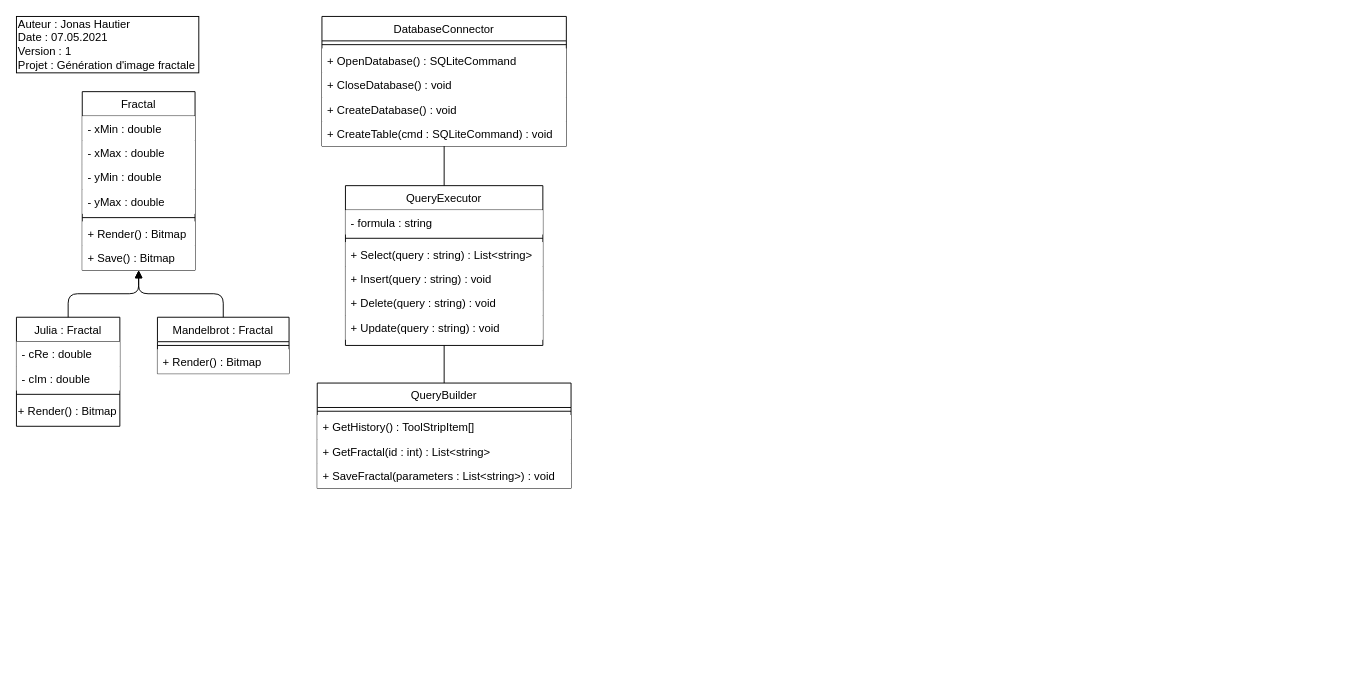
Above: Documentation/ClassDiagram.drawio in JonasHau/TPI-GenerationImageFractale (draw.io), before the change. Source tidied: cells renumbered, new cells numbered last; positions are measured from the earlier drawing's top-left corner, leaving out a move shared by most shapes. Both pictures are drawn from the tidied source at 94%, with x=0, y=0 at pixel (16, 16).
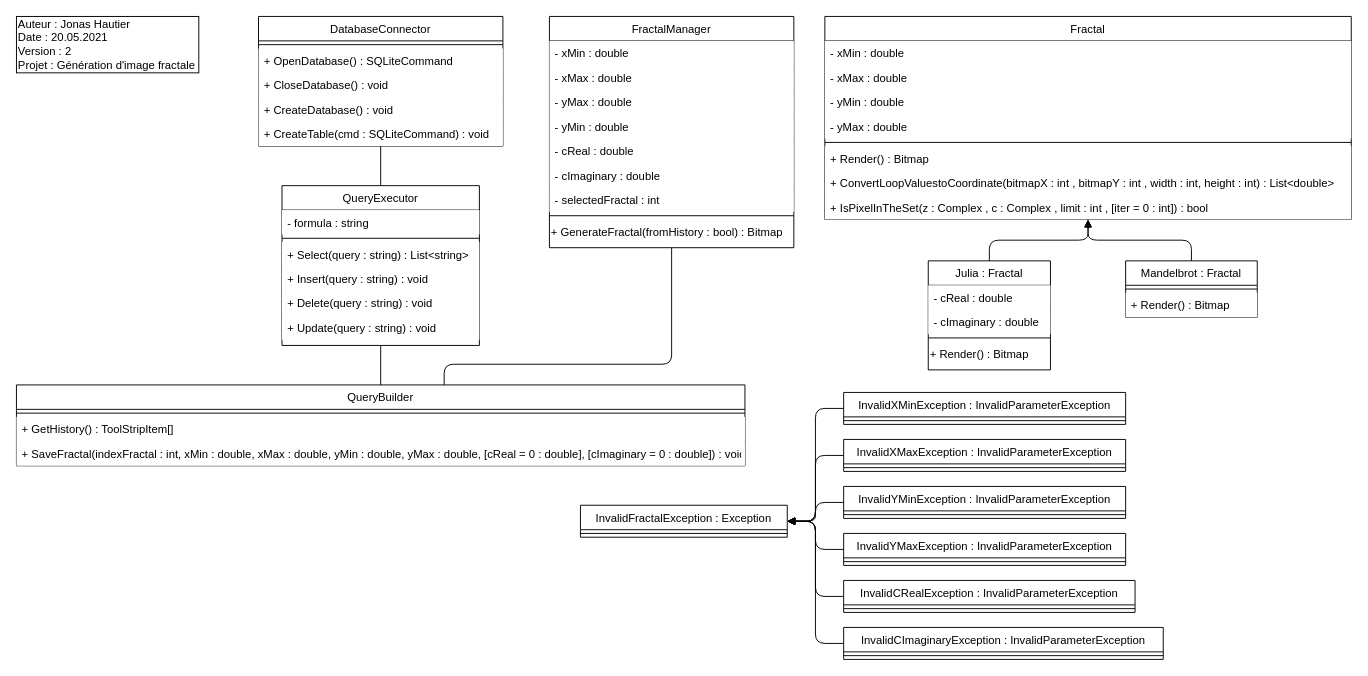
After the change.

Commit message (it also covers changes not shown here):
Diagrammes de classes et de séquence finis

The edit, as a diff of the source:
```diff
@@
     <mxCell id="2" value="DatabaseConnector" style="swimlane;fontStyle=0;align=center;verticalAlign=top;horizontal=1;startSize=26;rounded=0;shadow=0;strokeWidth=1;fillColor=#FFFFFF;swimlaneFillColor=#ffffff;" parent="1" vertex="1">
-      <mxGeometry x="325" width="260" height="138" as="geometry" />
+      <mxGeometry x="257.5" width="260" height="138" as="geometry" />
     </mxCell>
@@
-    <mxCell id="8" value="Fractal" style="swimlane;fontStyle=0;align=center;verticalAlign=top;horizontal=1;startSize=26;rounded=0;shadow=0;strokeWidth=1;fillColor=#FFFFFF;swimlaneFillColor=#ffffff;" parent="1" vertex="1">
-      <mxGeometry x="70" y="80" width="120" height="190" as="geometry" />
-    </mxCell>
-    <mxCell id="9" value="- xMin : double" style="text;align=left;verticalAlign=top;spacingLeft=4;spacingRight=4;overflow=hidden;fillColor=#FFFFFF;" parent="8" vertex="1">
-      <mxGeometry y="26" width="120" height="26" as="geometry" />
-    </mxCell>
-    <mxCell id="10" value="- xMax : double" style="text;align=left;verticalAlign=top;spacingLeft=4;spacingRight=4;overflow=hidden;fillColor=#FFFFFF;" parent="8" vertex="1">
-      <mxGeometry y="52" width="120" height="26" as="geometry" />
-    </mxCell>
-    <mxCell id="11" value="- yMin : double" style="text;align=left;verticalAlign=top;spacingLeft=4;spacingRight=4;overflow=hidden;fillColor=#FFFFFF;" parent="8" vertex="1">
-      <mxGeometry y="78" width="120" height="26" as="geometry" />
-    </mxCell>
-    <mxCell id="12" value="- yMax : double" style="text;align=left;verticalAlign=top;spacingLeft=4;spacingRight=4;overflow=hidden;fillColor=#FFFFFF;" parent="8" vertex="1">
-      <mxGeometry y="104" width="120" height="26" as="geometry" />
-    </mxCell>
-    <mxCell id="13" style="line;html=1;strokeWidth=1;align=left;verticalAlign=middle;spacingTop=-1;spacingLeft=3;spacingRight=3;labelPosition=right;fillColor=#FFFFFF;" parent="8" vertex="1">
-      <mxGeometry y="130" width="120" height="8" as="geometry" />
-    </mxCell>
-    <mxCell id="14" value="+ Render() : Bitmap" style="text;align=left;verticalAlign=top;spacingLeft=4;spacingRight=4;overflow=hidden;fillColor=#FFFFFF;" parent="8" vertex="1">
-      <mxGeometry y="138" width="120" height="26" as="geometry" />
-    </mxCell>
-    <mxCell id="15" value="+ Save() : Bitmap" style="text;align=left;verticalAlign=top;spacingLeft=4;spacingRight=4;overflow=hidden;fillColor=#FFFFFF;" parent="8" vertex="1">
-      <mxGeometry y="164" width="120" height="26" as="geometry" />
-    </mxCell>
-    <mxCell id="16" value="Julia : Fractal" style="swimlane;fontStyle=0;align=center;verticalAlign=top;horizontal=1;startSize=26;rounded=0;shadow=0;strokeWidth=1;fillColor=#FFFFFF;swimlaneFillColor=#ffffff;" parent="1" vertex="1">
-      <mxGeometry y="320" width="110" height="116" as="geometry" />
-    </mxCell>
-    <mxCell id="17" value="- cRe : double" style="text;align=left;verticalAlign=top;spacingLeft=4;spacingRight=4;overflow=hidden;fillColor=#FFFFFF;" parent="16" vertex="1">
-      <mxGeometry y="26" width="110" height="26" as="geometry" />
-    </mxCell>
-    <mxCell id="18" value="- cIm : double" style="text;align=left;verticalAlign=top;spacingLeft=4;spacingRight=4;overflow=hidden;fillColor=#FFFFFF;" parent="16" vertex="1">
-      <mxGeometry y="52" width="110" height="26" as="geometry" />
-    </mxCell>
-    <mxCell id="19" style="line;html=1;strokeWidth=1;align=left;verticalAlign=middle;spacingTop=-1;spacingLeft=3;spacingRight=3;labelPosition=right;fillColor=#FFFFFF;" parent="16" vertex="1">
-      <mxGeometry y="78" width="110" height="8" as="geometry" />
-    </mxCell>
-    <mxCell id="20" value="+ Render() : Bitmap" style="text;whiteSpace=wrap;html=1;" parent="16" vertex="1">
-      <mxGeometry y="86" width="110" height="30" as="geometry" />
-    </mxCell>
     <mxCell id="21" value="QueryExecutor" style="swimlane;fontStyle=0;align=center;verticalAlign=top;horizontal=1;startSize=26;rounded=0;shadow=0;strokeWidth=1;fillColor=#FFFFFF;swimlaneFillColor=#ffffff;" parent="1" vertex="1">
-      <mxGeometry x="350" y="180" width="210" height="170" as="geometry" />
+      <mxGeometry x="282.5" y="180" width="210" height="170" as="geometry" />
     </mxCell>
@@
     <mxCell id="28" value="QueryBuilder" style="swimlane;fontStyle=0;align=center;verticalAlign=top;horizontal=1;startSize=26;rounded=0;shadow=0;strokeWidth=1;fillColor=#FFFFFF;swimlaneFillColor=#ffffff;" parent="1" vertex="1">
-      <mxGeometry x="320" y="390" width="270" height="112" as="geometry" />
+      <mxGeometry y="392" width="775" height="86" as="geometry" />
     </mxCell>
     <mxCell id="29" style="line;html=1;strokeWidth=1;align=left;verticalAlign=middle;spacingTop=-1;spacingLeft=3;spacingRight=3;labelPosition=right;fillColor=#FFFFFF;" parent="28" vertex="1">
-      <mxGeometry y="26" width="270" height="8" as="geometry" />
+      <mxGeometry y="26" width="775" height="8" as="geometry" />
     </mxCell>
     <mxCell id="30" value="+ GetHistory() : ToolStripItem[]" style="text;align=left;verticalAlign=top;spacingLeft=4;spacingRight=4;overflow=hidden;fillColor=#FFFFFF;" parent="28" vertex="1">
-      <mxGeometry y="34" width="270" height="26" as="geometry" />
+      <mxGeometry y="34" width="775" height="26" as="geometry" />
     </mxCell>
-    <mxCell id="31" value="+ GetFractal(id : int) : List&lt;string&gt;" style="text;align=left;verticalAlign=top;spacingLeft=4;spacingRight=4;overflow=hidden;fillColor=#FFFFFF;" parent="28" vertex="1">
-      <mxGeometry y="60" width="270" height="26" as="geometry" />
-    </mxCell>
-    <mxCell id="32" value="+ SaveFractal(parameters : List&lt;string&gt;) : void" style="text;align=left;verticalAlign=top;spacingLeft=4;spacingRight=4;overflow=hidden;fillColor=#FFFFFF;" parent="28" vertex="1">
-      <mxGeometry y="86" width="270" height="26" as="geometry" />
+    <mxCell id="32" value="+ SaveFractal(indexFractal : int, xMin : double, xMax : double, yMin : double, yMax : double, [cReal = 0 :  double], [cImaginary = 0 : double]) : void " style="text;align=left;verticalAlign=top;spacingLeft=4;spacingRight=4;overflow=hidden;fillColor=#FFFFFF;" parent="28" vertex="1">
+      <mxGeometry y="60" width="775" height="26" as="geometry" />
     </mxCell>
+    <mxCell id="36" value="&lt;div&gt;Auteur : Jonas Hautier&lt;/div&gt;&lt;div&gt;Date : 20.05.2021&lt;/div&gt;&lt;div&gt;Version : 2&lt;br&gt;&lt;/div&gt;&lt;div&gt;Projet :&amp;nbsp;Génération d'image fractale&lt;br&gt;&lt;/div&gt;" style="rounded=0;whiteSpace=wrap;html=1;align=left;" parent="1" vertex="1">
+      <mxGeometry width="194" height="60" as="geometry" />
+    </mxCell>
+    <mxCell id="39" style="endArrow=none;endFill=0;html=1;edgeStyle=orthogonalEdgeStyle;align=left;verticalAlign=top;" parent="1" edge="1" source="21" target="2">
+      <mxGeometry x="-1" relative="1" as="geometry" />
+    </mxCell>
+    <mxCell id="40" style="endArrow=none;endFill=0;html=1;edgeStyle=orthogonalEdgeStyle;align=left;verticalAlign=top;" parent="1" edge="1" source="28" target="21">
+      <mxGeometry x="-1" relative="1" as="geometry" />
+    </mxCell>
+    <mxCell id="41" value="FractalManager" style="swimlane;fontStyle=0;align=center;verticalAlign=top;horizontal=1;startSize=26;rounded=0;shadow=0;strokeWidth=1;fillColor=#FFFFFF;swimlaneFillColor=#ffffff;" parent="1" vertex="1">
+      <mxGeometry x="567" width="260" height="246" as="geometry" />
+    </mxCell>
+    <mxCell id="42" value="- xMin : double" style="text;align=left;verticalAlign=top;spacingLeft=4;spacingRight=4;overflow=hidden;fillColor=#FFFFFF;" parent="41" vertex="1">
+      <mxGeometry y="26" width="260" height="26" as="geometry" />
+    </mxCell>
+    <mxCell id="43" value="- xMax : double" style="text;align=left;verticalAlign=top;spacingLeft=4;spacingRight=4;overflow=hidden;fillColor=#FFFFFF;" parent="41" vertex="1">
+      <mxGeometry y="52" width="260" height="26" as="geometry" />
+    </mxCell>
+    <mxCell id="44" value="- yMax : double" style="text;align=left;verticalAlign=top;spacingLeft=4;spacingRight=4;overflow=hidden;fillColor=#FFFFFF;" parent="41" vertex="1">
+      <mxGeometry y="78" width="260" height="26" as="geometry" />
+    </mxCell>
+    <mxCell id="45" value="- yMin : double" style="text;align=left;verticalAlign=top;spacingLeft=4;spacingRight=4;overflow=hidden;fillColor=#FFFFFF;" parent="41" vertex="1">
+      <mxGeometry y="104" width="260" height="26" as="geometry" />
+    </mxCell>
+    <mxCell id="46" value="- cReal : double" style="text;align=left;verticalAlign=top;spacingLeft=4;spacingRight=4;overflow=hidden;fillColor=#FFFFFF;" parent="41" vertex="1">
+      <mxGeometry y="130" width="260" height="26" as="geometry" />
+    </mxCell>
+    <mxCell id="47" value="- cImaginary : double" style="text;align=left;verticalAlign=top;spacingLeft=4;spacingRight=4;overflow=hidden;fillColor=#FFFFFF;" parent="41" vertex="1">
+      <mxGeometry y="156" width="260" height="26" as="geometry" />
+    </mxCell>
+    <mxCell id="48" value="- selectedFractal : int" style="text;align=left;verticalAlign=top;spacingLeft=4;spacingRight=4;overflow=hidden;fillColor=#FFFFFF;" parent="41" vertex="1">
+      <mxGeometry y="182" width="260" height="26" as="geometry" />
+    </mxCell>
+    <mxCell id="49" style="line;html=1;strokeWidth=1;align=left;verticalAlign=middle;spacingTop=-1;spacingLeft=3;spacingRight=3;labelPosition=right;fillColor=#FFFFFF;" parent="41" vertex="1">
+      <mxGeometry y="208" width="260" height="8" as="geometry" />
+    </mxCell>
+    <mxCell id="50" value="+ GenerateFractal(fromHistory : bool) : Bitmap" style="text;whiteSpace=wrap;html=1;" parent="41" vertex="1">
+      <mxGeometry y="216" width="260" height="30" as="geometry" />
+    </mxCell>
+    <mxCell id="51" style="endArrow=none;endFill=0;html=1;edgeStyle=orthogonalEdgeStyle;align=left;verticalAlign=top;" parent="1" edge="1" source="41" target="28">
+      <mxGeometry x="-1" relative="1" as="geometry">
+        <Array as="points">
+          <mxPoint x="697" y="370" />
+          <mxPoint x="455" y="370" />
+        </Array>
+      </mxGeometry>
+    </mxCell>
+    <mxCell id="52" value="InvalidFractalException : Exception" style="swimlane;fontStyle=0;align=center;verticalAlign=top;horizontal=1;startSize=26;rounded=0;shadow=0;strokeWidth=1;fillColor=#FFFFFF;swimlaneFillColor=#ffffff;" parent="1" vertex="1">
+      <mxGeometry x="600" y="520" width="220" height="34" as="geometry" />
+    </mxCell>
+    <mxCell id="53" style="line;html=1;strokeWidth=1;align=left;verticalAlign=middle;spacingTop=-1;spacingLeft=3;spacingRight=3;labelPosition=right;fillColor=#FFFFFF;" parent="52" vertex="1">
+      <mxGeometry y="26" width="220" height="8" as="geometry" />
+    </mxCell>
+    <mxCell id="54" value="InvalidXMinException : InvalidParameterException" style="swimlane;fontStyle=0;align=center;verticalAlign=top;horizontal=1;startSize=26;rounded=0;shadow=0;strokeWidth=1;fillColor=#FFFFFF;swimlaneFillColor=#ffffff;" parent="1" vertex="1">
+      <mxGeometry x="880" y="400" width="300" height="34" as="geometry" />
+    </mxCell>
+    <mxCell id="55" style="line;html=1;strokeWidth=1;align=left;verticalAlign=middle;spacingTop=-1;spacingLeft=3;spacingRight=3;labelPosition=right;fillColor=#FFFFFF;" parent="54" vertex="1">
+      <mxGeometry y="26" width="300" height="8" as="geometry" />
+    </mxCell>
+    <mxCell id="56" value="InvalidXMaxException : InvalidParameterException" style="swimlane;fontStyle=0;align=center;verticalAlign=top;horizontal=1;startSize=26;rounded=0;shadow=0;strokeWidth=1;fillColor=#FFFFFF;swimlaneFillColor=#ffffff;" parent="1" vertex="1">
+      <mxGeometry x="880" y="450" width="300" height="34" as="geometry" />
+    </mxCell>
+    <mxCell id="57" style="line;html=1;strokeWidth=1;align=left;verticalAlign=middle;spacingTop=-1;spacingLeft=3;spacingRight=3;labelPosition=right;fillColor=#FFFFFF;" parent="56" vertex="1">
+      <mxGeometry y="26" width="300" height="8" as="geometry" />
+    </mxCell>
+    <mxCell id="58" value="InvalidYMinException : InvalidParameterException" style="swimlane;fontStyle=0;align=center;verticalAlign=top;horizontal=1;startSize=26;rounded=0;shadow=0;strokeWidth=1;fillColor=#FFFFFF;swimlaneFillColor=#ffffff;" parent="1" vertex="1">
+      <mxGeometry x="880" y="500" width="300" height="34" as="geometry" />
+    </mxCell>
+    <mxCell id="59" style="line;html=1;strokeWidth=1;align=left;verticalAlign=middle;spacingTop=-1;spacingLeft=3;spacingRight=3;labelPosition=right;fillColor=#FFFFFF;" parent="58" vertex="1">
+      <mxGeometry y="26" width="300" height="8" as="geometry" />
+    </mxCell>
+    <mxCell id="60" value="InvalidYMaxException : InvalidParameterException" style="swimlane;fontStyle=0;align=center;verticalAlign=top;horizontal=1;startSize=26;rounded=0;shadow=0;strokeWidth=1;fillColor=#FFFFFF;swimlaneFillColor=#ffffff;" parent="1" vertex="1">
+      <mxGeometry x="880" y="550" width="300" height="34" as="geometry" />
+    </mxCell>
+    <mxCell id="61" style="line;html=1;strokeWidth=1;align=left;verticalAlign=middle;spacingTop=-1;spacingLeft=3;spacingRight=3;labelPosition=right;fillColor=#FFFFFF;" parent="60" vertex="1">
+      <mxGeometry y="26" width="300" height="8" as="geometry" />
+    </mxCell>
+    <mxCell id="62" value="InvalidCRealException : InvalidParameterException" style="swimlane;fontStyle=0;align=center;verticalAlign=top;horizontal=1;startSize=26;rounded=0;shadow=0;strokeWidth=1;fillColor=#FFFFFF;swimlaneFillColor=#ffffff;" parent="1" vertex="1">
+      <mxGeometry x="880" y="600" width="310" height="34" as="geometry" />
+    </mxCell>
+    <mxCell id="63" style="line;html=1;strokeWidth=1;align=left;verticalAlign=middle;spacingTop=-1;spacingLeft=3;spacingRight=3;labelPosition=right;fillColor=#FFFFFF;" parent="62" vertex="1">
+      <mxGeometry y="26" width="310" height="8" as="geometry" />
+    </mxCell>
+    <mxCell id="64" value="InvalidCImaginaryException : InvalidParameterException" style="swimlane;fontStyle=0;align=center;verticalAlign=top;horizontal=1;startSize=26;rounded=0;shadow=0;strokeWidth=1;fillColor=#FFFFFF;swimlaneFillColor=#ffffff;" parent="1" vertex="1">
+      <mxGeometry x="880" y="650" width="340" height="34" as="geometry" />
+    </mxCell>
+    <mxCell id="65" style="line;html=1;strokeWidth=1;align=left;verticalAlign=middle;spacingTop=-1;spacingLeft=3;spacingRight=3;labelPosition=right;fillColor=#FFFFFF;" parent="64" vertex="1">
+      <mxGeometry y="26" width="340" height="8" as="geometry" />
+    </mxCell>
+    <mxCell id="66" style="endArrow=block;endFill=1;html=1;edgeStyle=orthogonalEdgeStyle;align=left;verticalAlign=top;" parent="1" edge="1" source="54" target="52">
+      <mxGeometry x="-1" relative="1" as="geometry">
+        <Array as="points">
+          <mxPoint x="850" y="417" />
+          <mxPoint x="850" y="537" />
+        </Array>
+      </mxGeometry>
+    </mxCell>
+    <mxCell id="67" style="endArrow=block;endFill=1;html=1;edgeStyle=orthogonalEdgeStyle;align=left;verticalAlign=top;" parent="1" edge="1" source="56" target="52">
+      <mxGeometry x="-1" relative="1" as="geometry">
+        <Array as="points">
+          <mxPoint x="850" y="467" />
+          <mxPoint x="850" y="537" />
+        </Array>
+      </mxGeometry>
+    </mxCell>
+    <mxCell id="68" style="endArrow=block;endFill=1;html=1;edgeStyle=orthogonalEdgeStyle;align=left;verticalAlign=top;" parent="1" edge="1" source="58" target="52">
+      <mxGeometry x="-1" relative="1" as="geometry" />
+    </mxCell>
+    <mxCell id="69" style="endArrow=block;endFill=1;html=1;edgeStyle=orthogonalEdgeStyle;align=left;verticalAlign=top;" parent="1" edge="1" source="60" target="52">
+      <mxGeometry x="-1" relative="1" as="geometry" />
+    </mxCell>
+    <mxCell id="70" style="endArrow=block;endFill=1;html=1;edgeStyle=orthogonalEdgeStyle;align=left;verticalAlign=top;" parent="1" edge="1" source="62" target="52">
+      <mxGeometry x="-1" relative="1" as="geometry">
+        <Array as="points">
+          <mxPoint x="850" y="617" />
+          <mxPoint x="850" y="537" />
+        </Array>
+      </mxGeometry>
+    </mxCell>
+    <mxCell id="71" style="endArrow=block;endFill=1;html=1;edgeStyle=orthogonalEdgeStyle;align=left;verticalAlign=top;" parent="1" edge="1" source="64" target="52">
+      <mxGeometry x="-1" relative="1" as="geometry">
+        <Array as="points">
+          <mxPoint x="850" y="667" />
+          <mxPoint x="850" y="537" />
+        </Array>
+      </mxGeometry>
+    </mxCell>
+    <mxCell id="8" value="Fractal" style="swimlane;fontStyle=0;align=center;verticalAlign=top;horizontal=1;startSize=26;rounded=0;shadow=0;strokeWidth=1;fillColor=#FFFFFF;swimlaneFillColor=#ffffff;" parent="1" vertex="1">
+      <mxGeometry x="860" width="560" height="216" as="geometry" />
+    </mxCell>
+    <mxCell id="72" value="- xMin : double" style="text;align=left;verticalAlign=top;spacingLeft=4;spacingRight=4;overflow=hidden;fillColor=#FFFFFF;" parent="8" vertex="1">
+      <mxGeometry y="26" width="560" height="26" as="geometry" />
+    </mxCell>
+    <mxCell id="73" value="- xMax : double" style="text;align=left;verticalAlign=top;spacingLeft=4;spacingRight=4;overflow=hidden;fillColor=#FFFFFF;" parent="8" vertex="1">
+      <mxGeometry y="52" width="560" height="26" as="geometry" />
+    </mxCell>
+    <mxCell id="74" value="- yMin : double" style="text;align=left;verticalAlign=top;spacingLeft=4;spacingRight=4;overflow=hidden;fillColor=#FFFFFF;" parent="8" vertex="1">
+      <mxGeometry y="78" width="560" height="26" as="geometry" />
+    </mxCell>
+    <mxCell id="75" value="- yMax : double" style="text;align=left;verticalAlign=top;spacingLeft=4;spacingRight=4;overflow=hidden;fillColor=#FFFFFF;" parent="8" vertex="1">
+      <mxGeometry y="104" width="560" height="26" as="geometry" />
+    </mxCell>
+    <mxCell id="76" style="line;html=1;strokeWidth=1;align=left;verticalAlign=middle;spacingTop=-1;spacingLeft=3;spacingRight=3;labelPosition=right;fillColor=#FFFFFF;" parent="8" vertex="1">
+      <mxGeometry y="130" width="560" height="8" as="geometry" />
+    </mxCell>
+    <mxCell id="14" value="+ Render() : Bitmap" style="text;align=left;verticalAlign=top;spacingLeft=4;spacingRight=4;overflow=hidden;fillColor=#FFFFFF;" parent="8" vertex="1">
+      <mxGeometry y="138" width="560" height="26" as="geometry" />
+    </mxCell>
+    <mxCell id="77" value="+ ConvertLoopValuestoCoordinate(bitmapX : int , bitmapY : int , width : int, height : int) : List&lt;double&gt; " style="text;align=left;verticalAlign=top;spacingLeft=4;spacingRight=4;overflow=hidden;fillColor=#FFFFFF;" parent="8" vertex="1">
+      <mxGeometry y="164" width="560" height="26" as="geometry" />
+    </mxCell>
+    <mxCell id="78" value="+ IsPixelInTheSet(z : Complex , c : Complex , limit : int , [iter = 0 : int]) : bool" style="text;align=left;verticalAlign=top;spacingLeft=4;spacingRight=4;overflow=hidden;fillColor=#FFFFFF;" parent="8" vertex="1">
+      <mxGeometry y="190" width="560" height="26" as="geometry" />
+    </mxCell>
+    <mxCell id="16" value="Julia : Fractal" style="swimlane;fontStyle=0;align=center;verticalAlign=top;horizontal=1;startSize=26;rounded=0;shadow=0;strokeWidth=1;fillColor=#FFFFFF;swimlaneFillColor=#ffffff;" parent="1" vertex="1">
+      <mxGeometry x="970" y="260" width="130" height="116" as="geometry" />
+    </mxCell>
+    <mxCell id="79" value="- cReal : double" style="text;align=left;verticalAlign=top;spacingLeft=4;spacingRight=4;overflow=hidden;fillColor=#FFFFFF;" parent="16" vertex="1">
+      <mxGeometry y="26" width="130" height="26" as="geometry" />
+    </mxCell>
+    <mxCell id="80" value="- cImaginary : double" style="text;align=left;verticalAlign=top;spacingLeft=4;spacingRight=4;overflow=hidden;fillColor=#FFFFFF;" parent="16" vertex="1">
+      <mxGeometry y="52" width="130" height="26" as="geometry" />
+    </mxCell>
+    <mxCell id="81" style="line;html=1;strokeWidth=1;align=left;verticalAlign=middle;spacingTop=-1;spacingLeft=3;spacingRight=3;labelPosition=right;fillColor=#FFFFFF;" parent="16" vertex="1">
+      <mxGeometry y="78" width="130" height="8" as="geometry" />
+    </mxCell>
+    <mxCell id="20" value="+ Render() : Bitmap" style="text;whiteSpace=wrap;html=1;" parent="16" vertex="1">
+      <mxGeometry y="86" width="130" height="30" as="geometry" />
+    </mxCell>
     <mxCell id="33" value="Mandelbrot : Fractal" style="swimlane;fontStyle=0;align=center;verticalAlign=top;horizontal=1;startSize=26;rounded=0;shadow=0;strokeWidth=1;fillColor=#FFFFFF;swimlaneFillColor=#ffffff;" parent="1" vertex="1">
-      <mxGeometry x="150" y="320" width="140" height="60" as="geometry" />
+      <mxGeometry x="1180" y="260" width="140" height="60" as="geometry" />
     </mxCell>
@@
-    <mxCell id="36" value="&lt;div&gt;Auteur : Jonas Hautier&lt;/div&gt;&lt;div&gt;Date : 07.05.2021&lt;/div&gt;&lt;div&gt;Version : 1&lt;/div&gt;&lt;div&gt;Projet :&amp;nbsp;Génération d'image fractale&lt;br&gt;&lt;/div&gt;" style="rounded=0;whiteSpace=wrap;html=1;align=left;" parent="1" vertex="1">
-      <mxGeometry width="194" height="60" as="geometry" />
-    </mxCell>
@@
-    <mxCell id="39" style="endArrow=none;endFill=0;html=1;edgeStyle=orthogonalEdgeStyle;align=left;verticalAlign=top;" parent="1" edge="1" source="21" target="2">
-      <mxGeometry x="-1" relative="1" as="geometry" />
-    </mxCell>
-    <mxCell id="40" style="endArrow=none;endFill=0;html=1;edgeStyle=orthogonalEdgeStyle;align=left;verticalAlign=top;" parent="1" edge="1" source="28" target="21">
-      <mxGeometry x="-1" relative="1" as="geometry" />
-    </mxCell>
```
